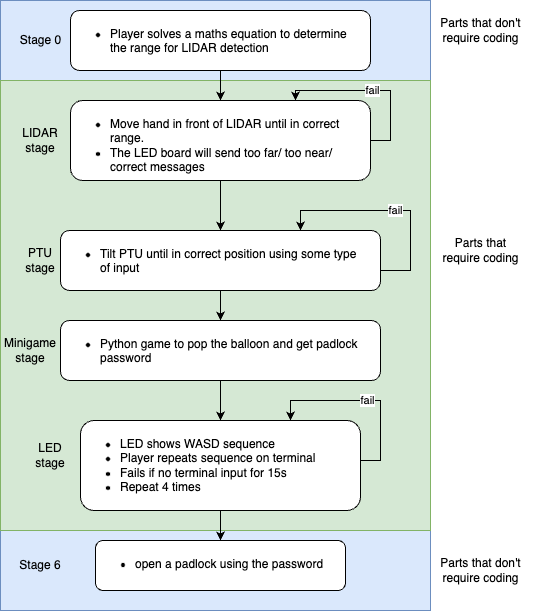
Earlier version of the draw.io export image/flowchart.drawio.png (jtho4403/Escape-Room). Source tidied: cells renumbered, new cells last; positions are measured from the earlier drawing's top-left corner, leaving out a move shared by most shapes.
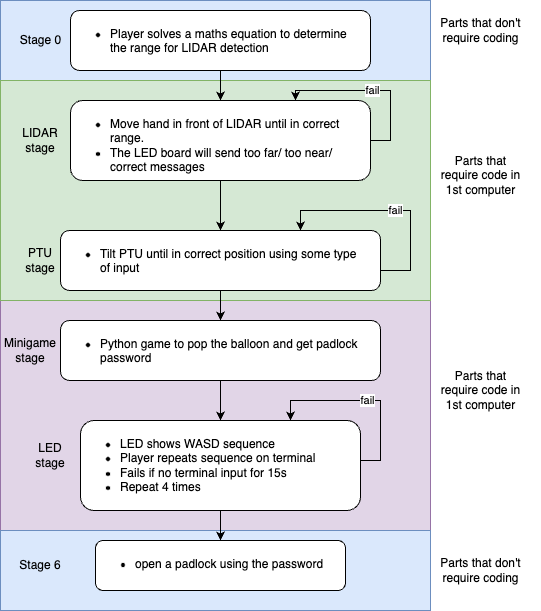
After the change.

Change to the diagram source:
```diff
@@ -5,6 +5,9 @@
     <mxCell id="2" style="rounded=0;whiteSpace=wrap;html=1;strokeColor=none;" parent="1" vertex="1">
       <mxGeometry width="540" height="610" as="geometry" />
     </mxCell>
+    <mxCell id="29" style="rounded=0;whiteSpace=wrap;html=1;fillColor=#e1d5e7;strokeColor=#9673a6;" parent="1" vertex="1">
+      <mxGeometry y="300" width="430" height="230" as="geometry" />
+    </mxCell>
     <mxCell id="3" style="rounded=0;whiteSpace=wrap;html=1;fillColor=#dae8fc;strokeColor=#6c8ebf;" parent="1" vertex="1">
       <mxGeometry width="430" height="80" as="geometry" />
     </mxCell>
@@ -12,7 +15,7 @@
       <mxGeometry y="530" width="430" height="80" as="geometry" />
     </mxCell>
     <mxCell id="5" style="rounded=0;whiteSpace=wrap;html=1;fillColor=#d5e8d4;strokeColor=#82b366;" parent="1" vertex="1">
-      <mxGeometry y="80" width="430" height="450" as="geometry" />
+      <mxGeometry y="80" width="430" height="220" as="geometry" />
     </mxCell>
     <mxCell id="6" style="edgeStyle=orthogonalEdgeStyle;rounded=0;jettySize=auto;html=1;" parent="1" edge="1" source="7" target="17">
       <mxGeometry relative="1" as="geometry" />
@@ -82,8 +85,8 @@
     <mxCell id="21" value="&lt;ul&gt;&lt;li&gt;Player solves a maths equation to determine the range for LIDAR detection&lt;/li&gt;&lt;/ul&gt;" style="rounded=1;whiteSpace=wrap;html=1;verticalAlign=top;align=left;spacingLeft=0;spacing=0;spacingRight=10;" parent="1" vertex="1">
       <mxGeometry x="70" y="10" width="300" height="60" as="geometry" />
     </mxCell>
-    <mxCell id="22" value="Parts that &lt;br&gt;require coding" style="text;html=1;align=center;verticalAlign=middle;" parent="1" vertex="1">
-      <mxGeometry x="430" y="230" width="100" height="40" as="geometry" />
+    <mxCell id="22" value="Parts that &lt;br&gt;require code in&lt;br&gt;1st computer" style="text;html=1;align=center;verticalAlign=middle;" parent="1" vertex="1">
+      <mxGeometry x="430" y="145" width="100" height="60" as="geometry" />
     </mxCell>
     <mxCell id="23" value="Parts that don't&lt;br&gt;require coding" style="text;html=1;align=center;verticalAlign=middle;" parent="1" vertex="1">
       <mxGeometry x="430" y="550" width="100" height="40" as="geometry" />
@@ -103,5 +106,8 @@
     <mxCell id="28" value="Minigame&lt;br&gt;stage" style="text;html=1;strokeColor=none;fillColor=none;align=center;verticalAlign=middle;whiteSpace=wrap;rounded=0;" parent="1" vertex="1">
       <mxGeometry y="335" width="60" height="30" as="geometry" />
     </mxCell>
+    <mxCell id="30" value="Parts that &lt;br&gt;require code in&lt;br&gt;1st computer" style="text;html=1;align=center;verticalAlign=middle;" parent="1" vertex="1">
+      <mxGeometry x="430" y="360" width="100" height="60" as="geometry" />
+    </mxCell>
   </root>
 </mxGraphModel>
```
